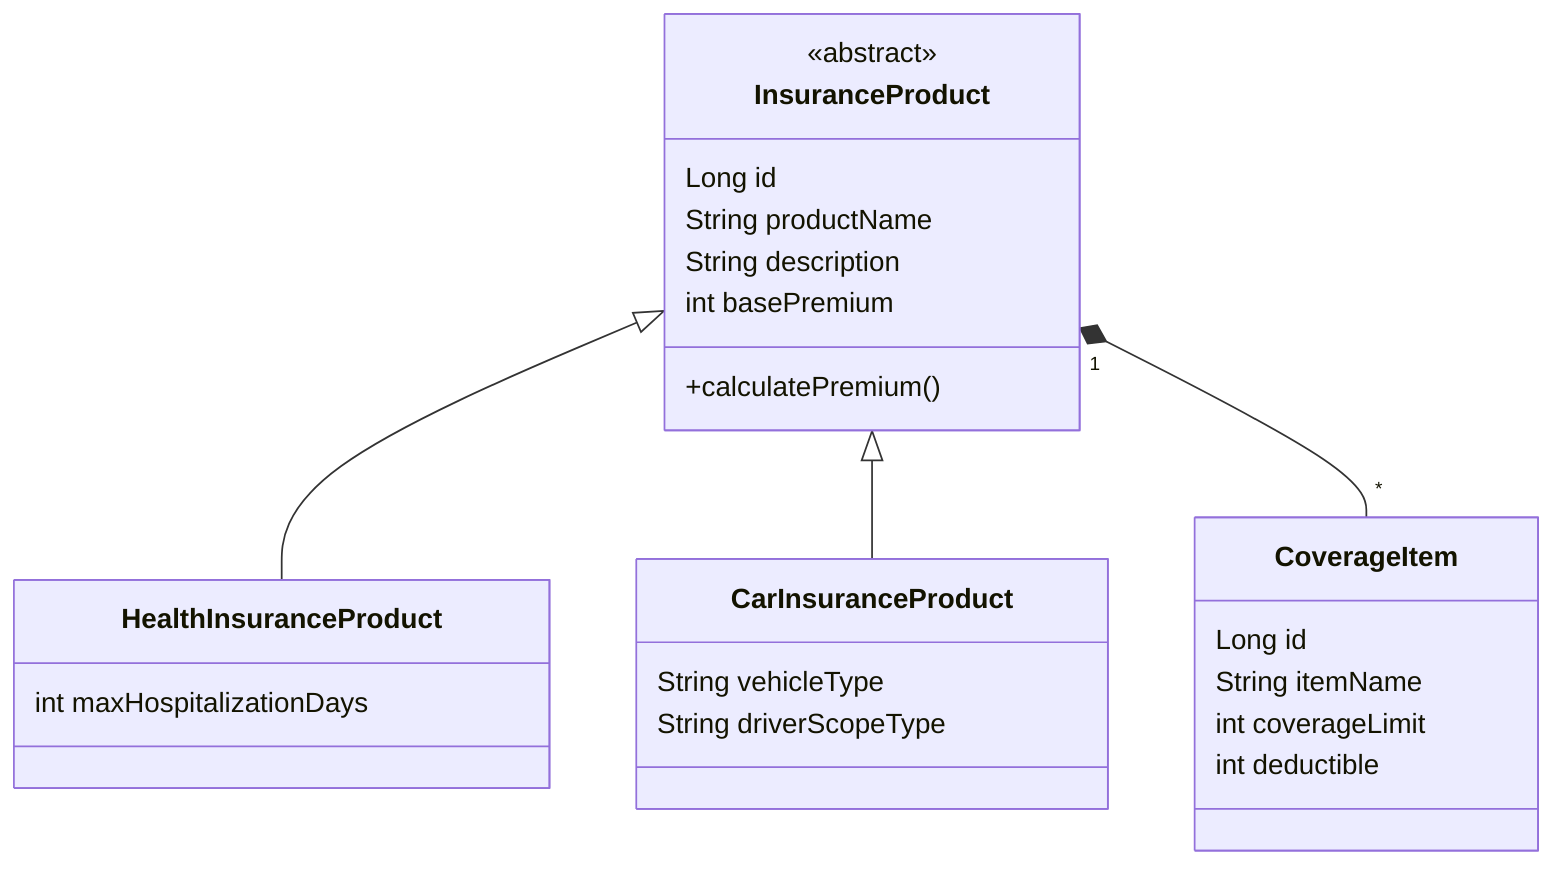
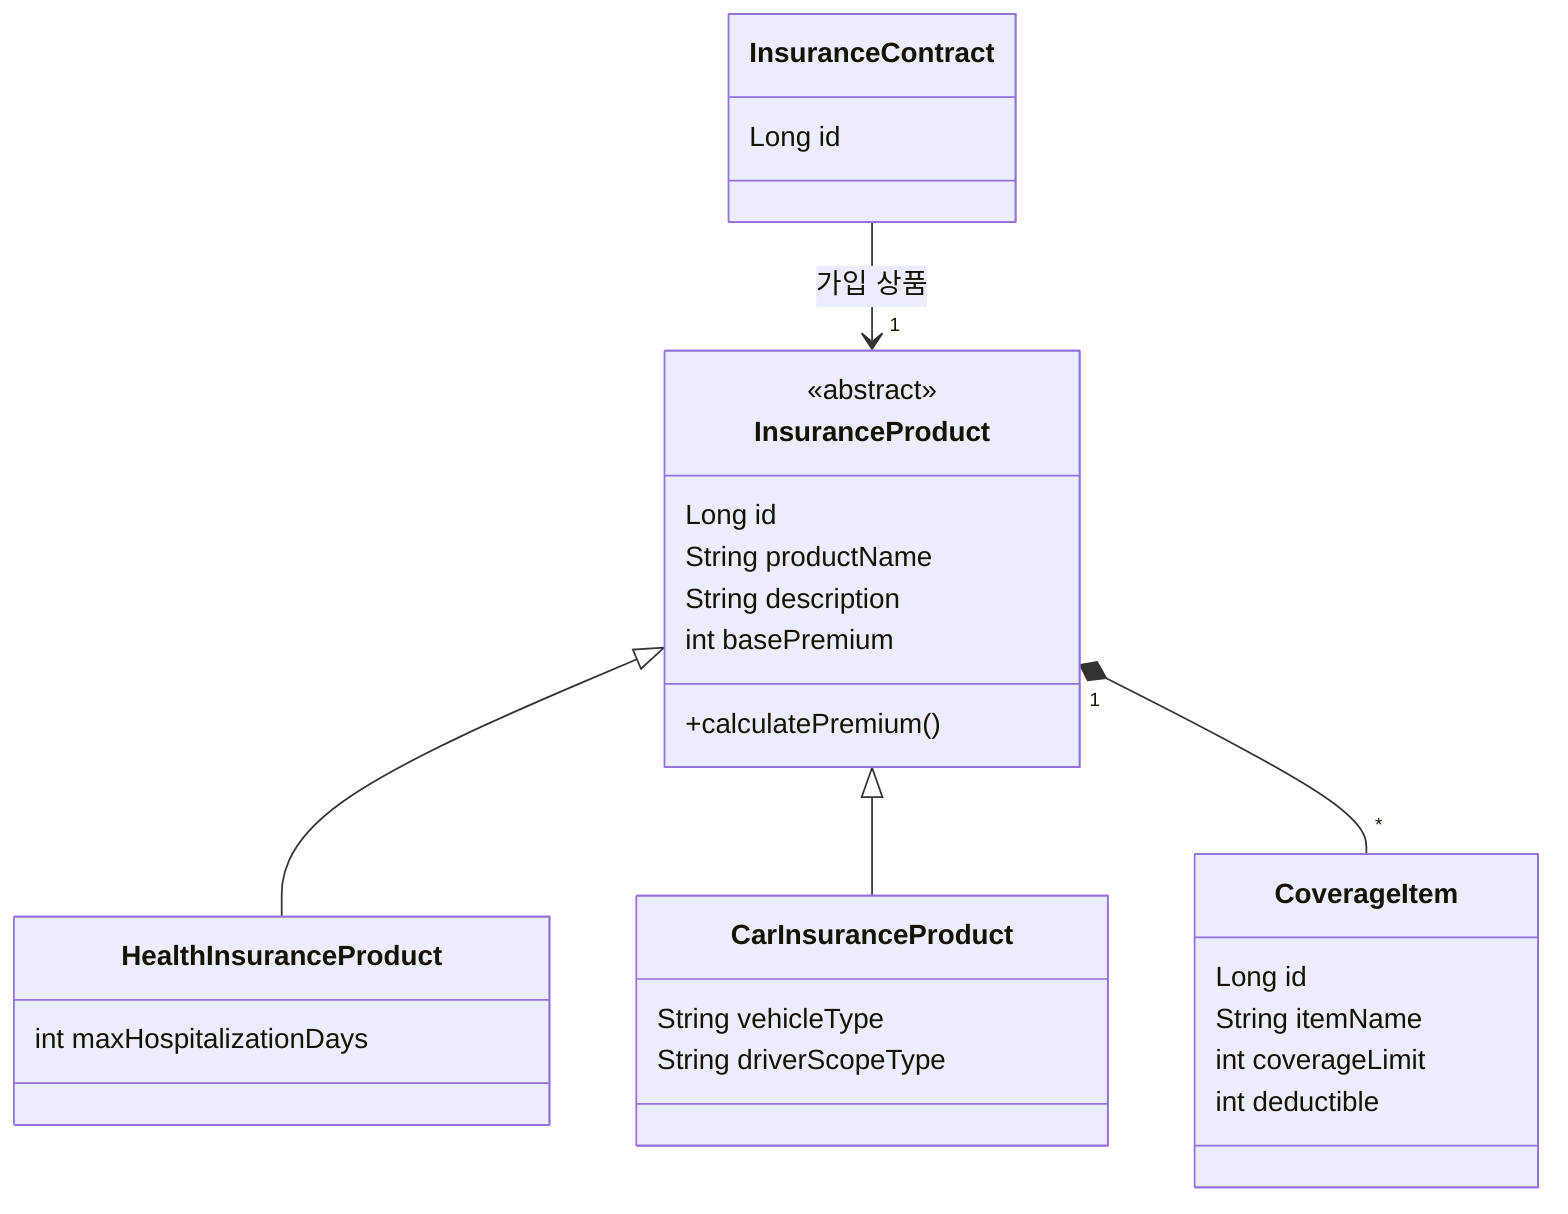
classDiagram
direction TB
+ class InsuranceContract {
+   Long id
+ }
class InsuranceProduct {
  <<abstract>>
  Long id
  String productName
  String description
  int basePremium
  +calculatePremium()
}
class HealthInsuranceProduct {
  int maxHospitalizationDays
}
class CarInsuranceProduct {
  String vehicleType
  String driverScopeType
}
class CoverageItem {
  Long id
  String itemName
  int coverageLimit
  int deductible
}
+ InsuranceContract --> "1" InsuranceProduct : 가입 상품
InsuranceProduct <|-- HealthInsuranceProduct
InsuranceProduct <|-- CarInsuranceProduct
InsuranceProduct "1" *-- "*" CoverageItem
